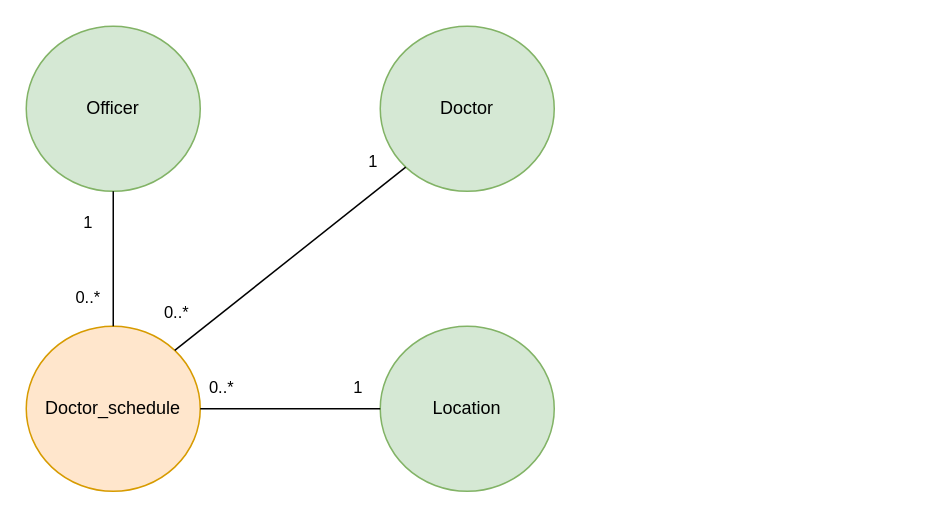
Before: page "entity" (4 of 6) of ระบบนัดหมาย.drawio in nunpromporn/DoctorSchedule, a draw.io diagram. Source tidied: cells renumbered, new cells numbered last; positions are measured from the earlier drawing's top-left corner, leaving out a move shared by most shapes. Both pictures are drawn from the tidied source at 150%, with x=0, y=0 at pixel (26, 26).
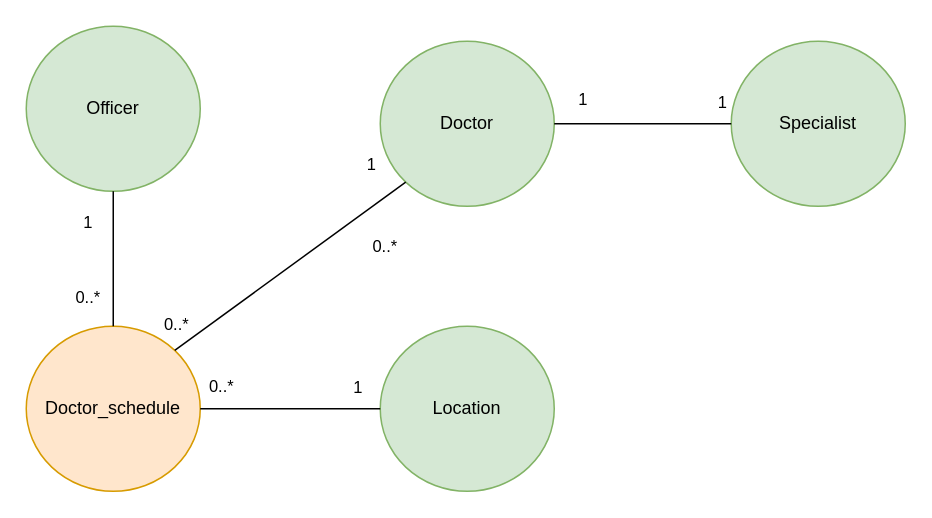
After the change.

Unchanged cells that the change refers to:
```xml
<mxCell id="6" style="endArrow=none;endFill=1;endSize=12;html=1;rounded=0;exitX=1;exitY=0;exitDx=0;exitDy=0;entryX=0;entryY=1;entryDx=0;entryDy=0;" parent="1" edge="1" source="5" target="2">
  <mxGeometry relative="1" as="geometry" />
</mxCell>
```

Change to the diagram source:
```diff
@@
     <mxCell id="2" value="Doctor" style="ellipse;whiteSpace=wrap;html=1;fillColor=#d5e8d4;strokeColor=#82b366;" parent="1" vertex="1">
-      <mxGeometry x="236" width="116" height="110" as="geometry" />
+      <mxGeometry x="236" y="10" width="116" height="110" as="geometry" />
     </mxCell>
@@
     <mxCell id="9" value="0..*" style="edgeLabel;html=1;align=center;verticalAlign=middle;" parent="6" vertex="1">
       <mxGeometry x="0.72" y="1" relative="1" as="geometry">
-        <mxPoint x="-101" y="130" as="offset" />
+        <mxPoint x="-101" y="121" as="offset" />
       </mxGeometry>
     </mxCell>
@@
+    <mxCell id="15" value="Specialist" style="ellipse;whiteSpace=wrap;html=1;fillColor=#d5e8d4;strokeColor=#82b366;" parent="1" vertex="1">
+      <mxGeometry x="470" y="10" width="116" height="110" as="geometry" />
+    </mxCell>
+    <mxCell id="16" style="endArrow=none;endFill=1;endSize=12;html=1;rounded=0;" parent="1" edge="1" source="15" target="2">
+      <mxGeometry relative="1" as="geometry" />
+    </mxCell>
+    <mxCell id="17" value="1" style="edgeLabel;html=1;align=center;verticalAlign=middle;" parent="16" vertex="1">
+      <mxGeometry x="-0.83" y="-3" relative="1" as="geometry">
+        <mxPoint x="-90" y="-14" as="offset" />
+      </mxGeometry>
+    </mxCell>
+    <mxCell id="18" value="0..*" style="edgeLabel;html=1;align=center;verticalAlign=middle;" parent="16" vertex="1">
+      <mxGeometry x="0.72" y="1" relative="1" as="geometry">
+        <mxPoint x="-131" y="80" as="offset" />
+      </mxGeometry>
+    </mxCell>
+    <mxCell id="19" value="1" style="edgeLabel;html=1;align=center;verticalAlign=middle;" parent="16" vertex="1">
+      <mxGeometry x="-0.83" y="-3" relative="1" as="geometry">
+        <mxPoint x="3" y="-12" as="offset" />
+      </mxGeometry>
+    </mxCell>
```
